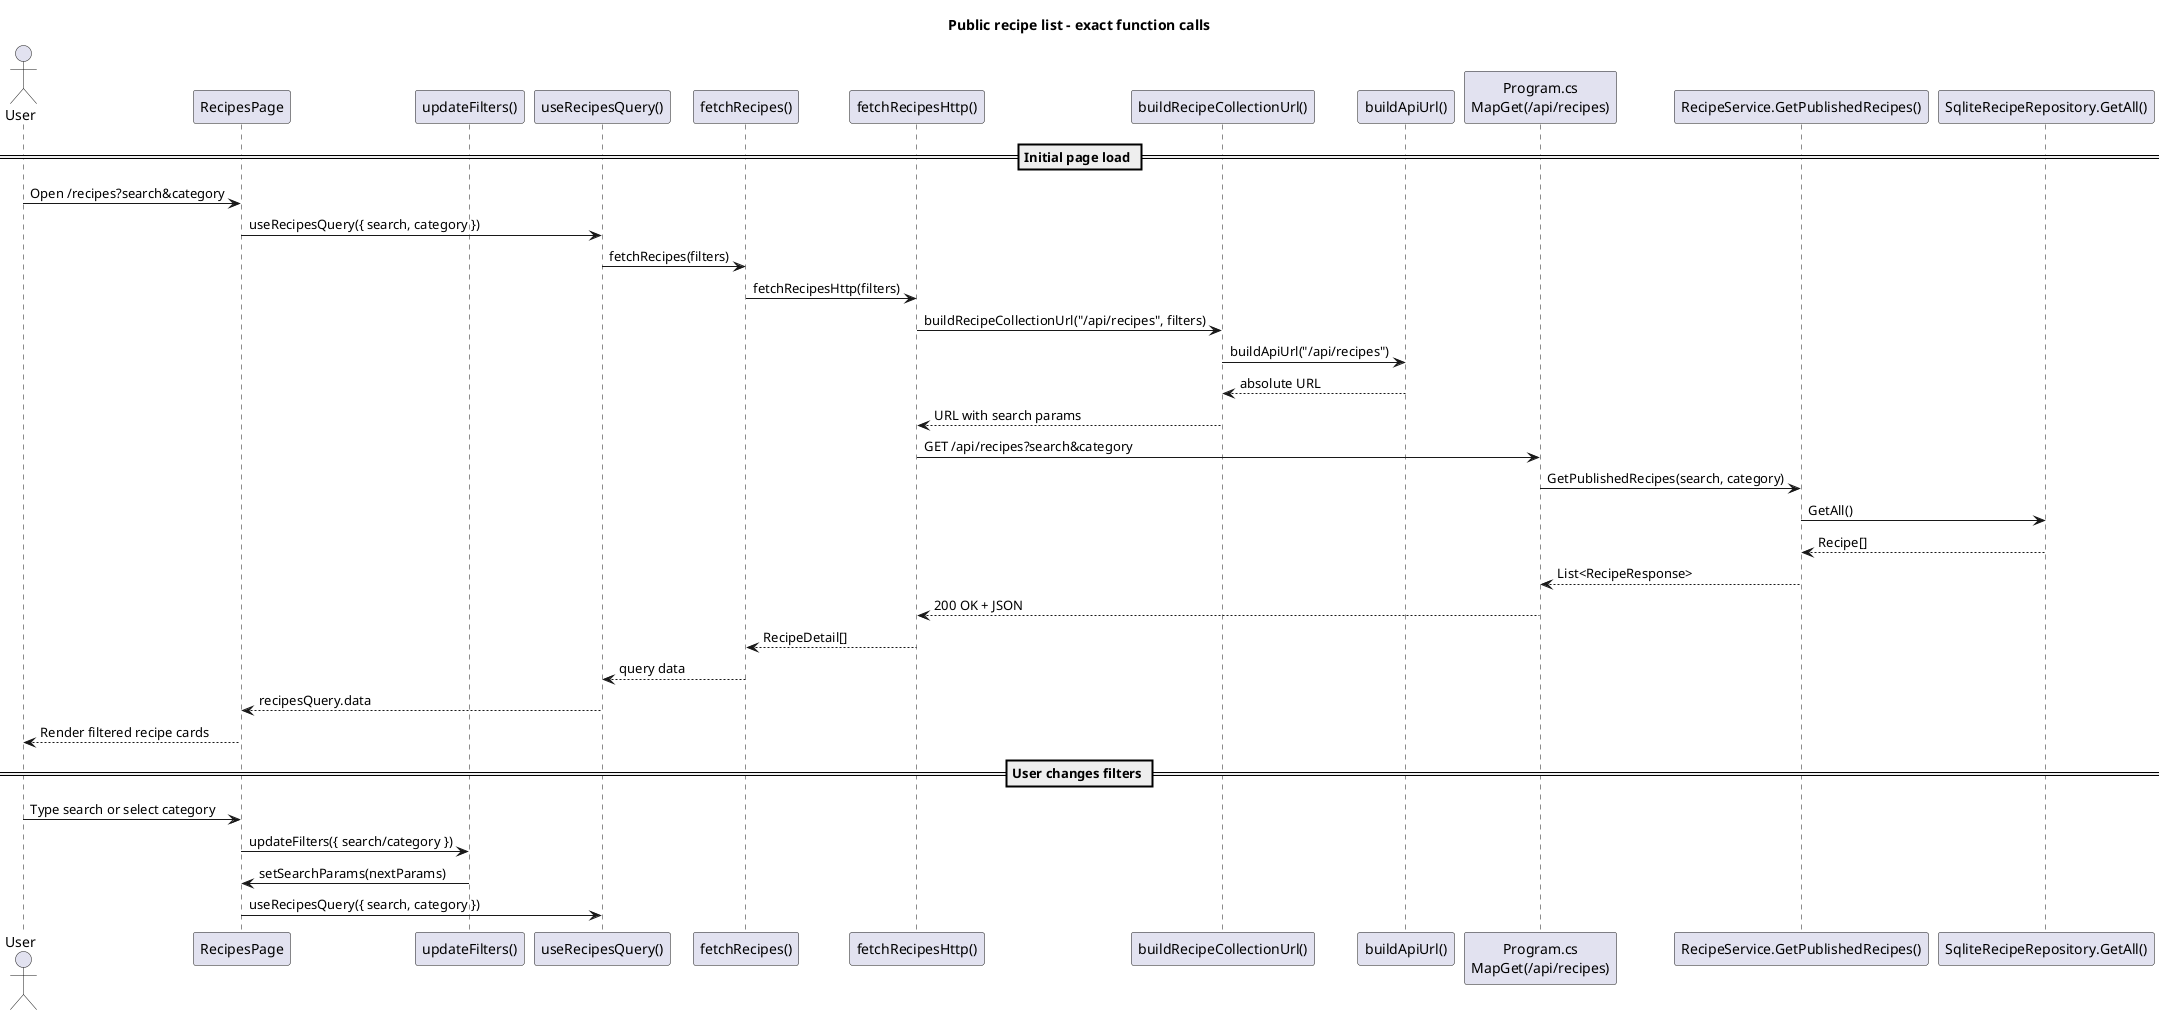
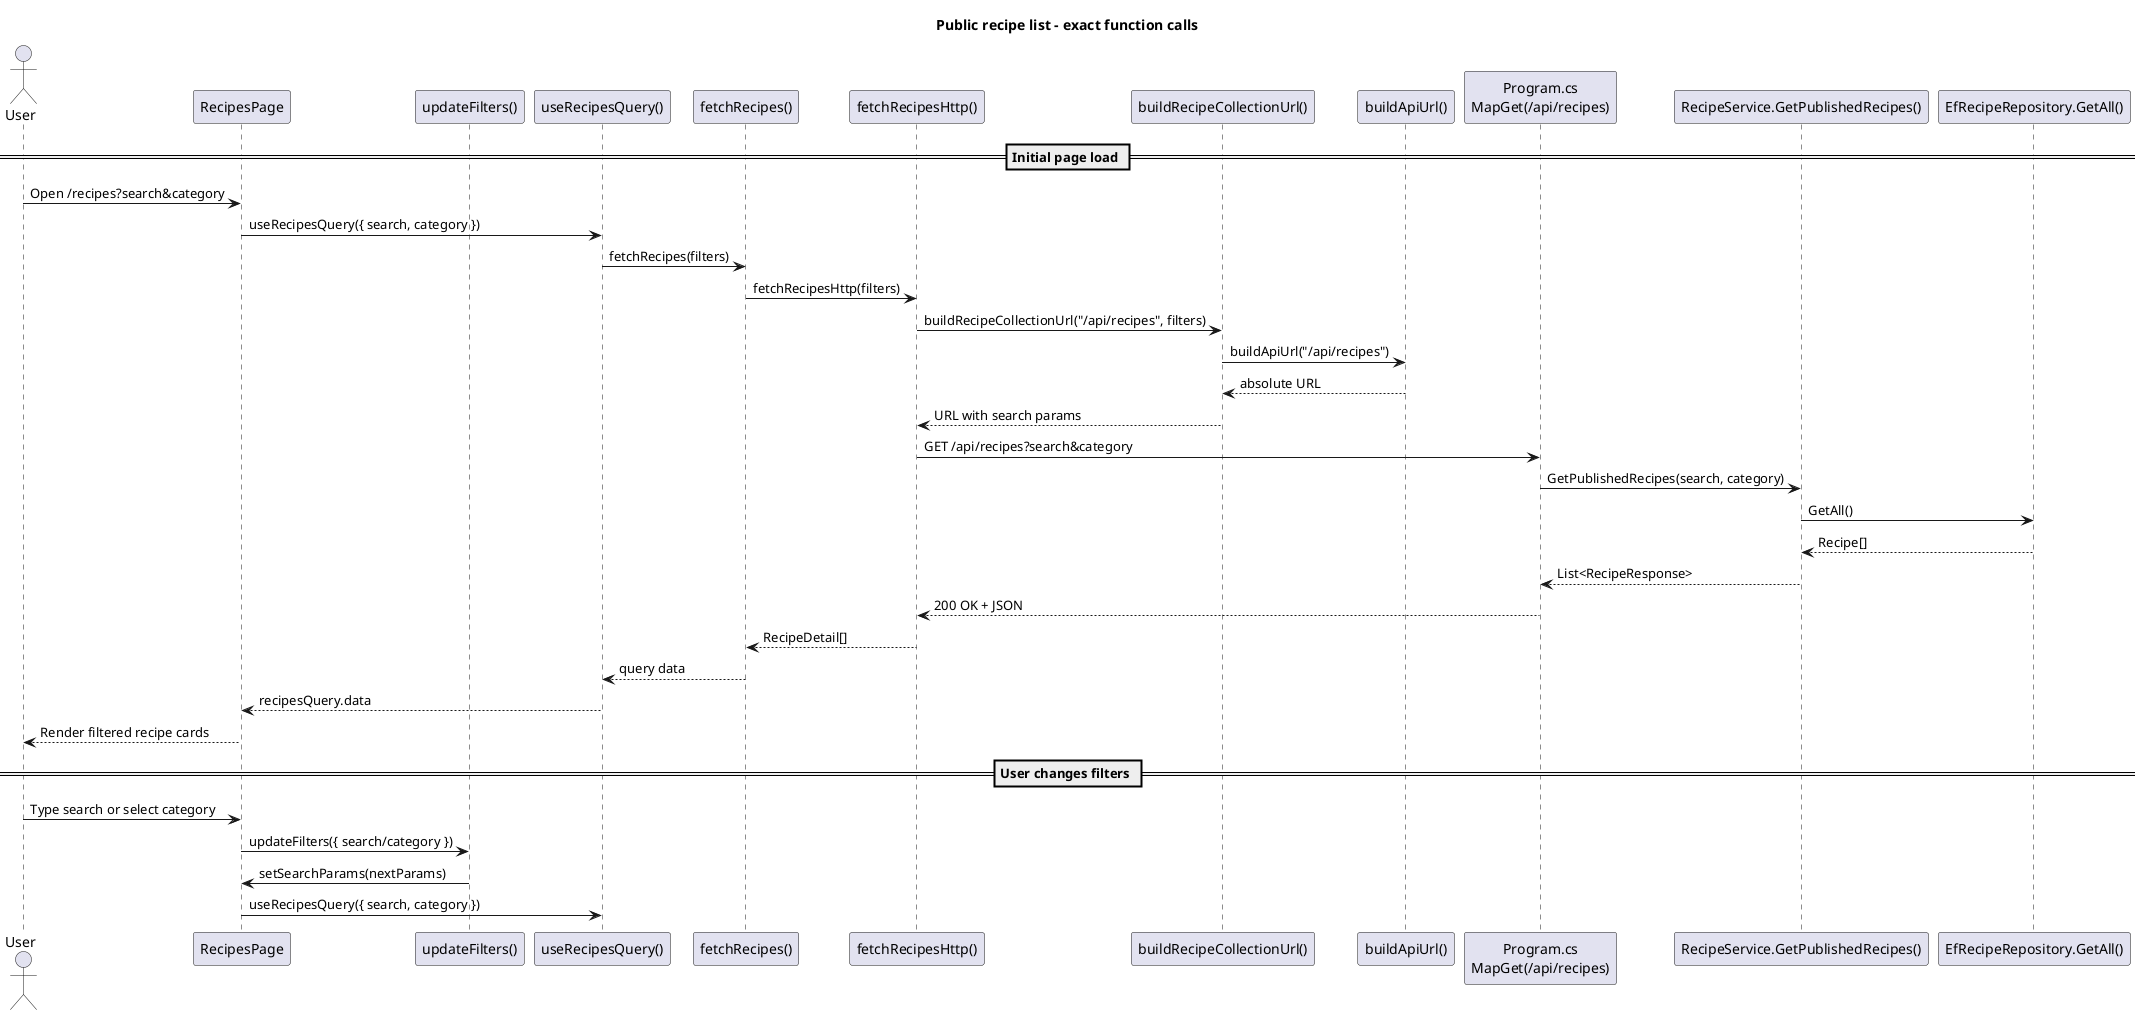
@startuml
title Public recipe list - exact function calls

actor User
participant "RecipesPage" as RecipesPage
participant "updateFilters()" as UpdateFilters
participant "useRecipesQuery()" as UseRecipesQuery
participant "fetchRecipes()" as FetchRecipes
participant "fetchRecipesHttp()" as FetchRecipesHttp
participant "buildRecipeCollectionUrl()" as BuildCollectionUrl
participant "buildApiUrl()" as BuildApiUrl
participant "Program.cs\nMapGet(/api/recipes)" as RecipesEndpoint
participant "RecipeService.GetPublishedRecipes()" as GetPublishedRecipes
- participant "SqliteRecipeRepository.GetAll()" as RepoGetAll
+ participant "EfRecipeRepository.GetAll()" as RepoGetAll

== Initial page load ==
User -> RecipesPage : Open /recipes?search&category
RecipesPage -> UseRecipesQuery : useRecipesQuery({ search, category })
UseRecipesQuery -> FetchRecipes : fetchRecipes(filters)
FetchRecipes -> FetchRecipesHttp : fetchRecipesHttp(filters)
FetchRecipesHttp -> BuildCollectionUrl : buildRecipeCollectionUrl("/api/recipes", filters)
BuildCollectionUrl -> BuildApiUrl : buildApiUrl("/api/recipes")
BuildApiUrl --> BuildCollectionUrl : absolute URL
BuildCollectionUrl --> FetchRecipesHttp : URL with search params
FetchRecipesHttp -> RecipesEndpoint : GET /api/recipes?search&category
RecipesEndpoint -> GetPublishedRecipes : GetPublishedRecipes(search, category)
GetPublishedRecipes -> RepoGetAll : GetAll()
RepoGetAll --> GetPublishedRecipes : Recipe[]
GetPublishedRecipes --> RecipesEndpoint : List<RecipeResponse>
RecipesEndpoint --> FetchRecipesHttp : 200 OK + JSON
FetchRecipesHttp --> FetchRecipes : RecipeDetail[]
FetchRecipes --> UseRecipesQuery : query data
UseRecipesQuery --> RecipesPage : recipesQuery.data
RecipesPage --> User : Render filtered recipe cards

== User changes filters ==
User -> RecipesPage : Type search or select category
RecipesPage -> UpdateFilters : updateFilters({ search/category })
UpdateFilters -> RecipesPage : setSearchParams(nextParams)
RecipesPage -> UseRecipesQuery : useRecipesQuery({ search, category })

@enduml
